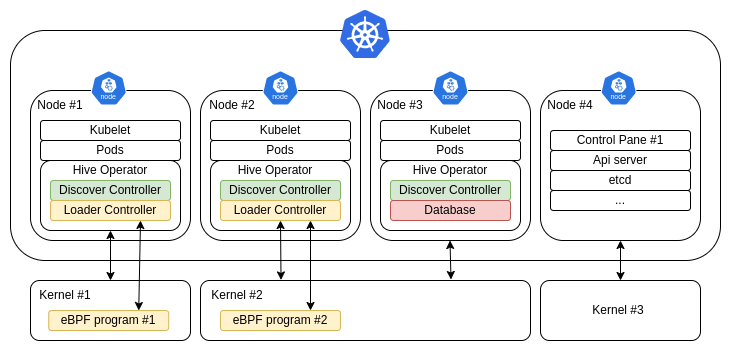
The draw.io diagram docs/images/overall-design.png in San7o/hive-operator, before a commit. Source tidied: cells renumbered, new cells last; positions are measured from the earlier drawing's top-left corner, leaving out a move shared by most shapes.
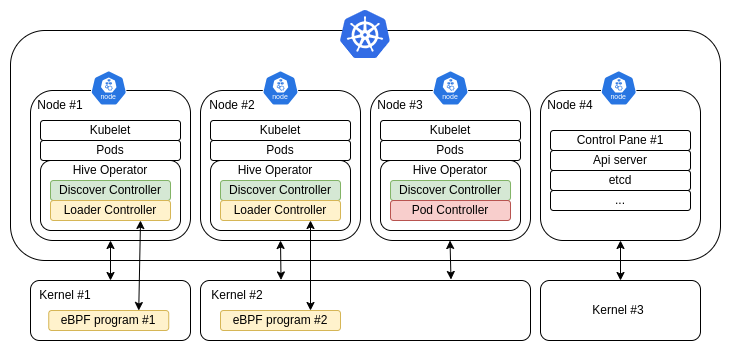
Later version of the same file.

The edit, as a diff of the source:
```diff
@@ -65,8 +65,10 @@
     <mxCell id="22" value="Discover Controller" style="rounded=1;whiteSpace=wrap;html=1;fillColor=#d5e8d4;strokeColor=#82b366;" parent="1" vertex="1">
       <mxGeometry x="380" y="170" width="120" height="20" as="geometry" />
     </mxCell>
-    <mxCell id="23" style="endArrow=classic;startArrow=classic;html=1;rounded=0;exitX=0.5;exitY=0;exitDx=0;exitDy=0;entryX=0.5;entryY=1;entryDx=0;entryDy=0;" parent="1" edge="1" source="3" target="6">
-      <mxGeometry relative="1" as="geometry" />
+    <mxCell id="23" style="endArrow=classic;startArrow=classic;html=1;rounded=0;exitX=0.5;exitY=0;exitDx=0;exitDy=0;" parent="1" edge="1" source="3">
+      <mxGeometry relative="1" as="geometry">
+        <mxPoint x="100" y="230" as="targetPoint" />
+      </mxGeometry>
     </mxCell>
     <mxCell id="24" style="sketch=0;html=1;dashed=0;whitespace=wrap;verticalLabelPosition=bottom;verticalAlign=top;fillColor=#2875E2;strokeColor=#ffffff;shape=mxgraph.kubernetes.icon2;kubernetesLabel=1;prIcon=node;" parent="1" vertex="1">
       <mxGeometry x="80" y="60" width="36.5" height="35" as="geometry" />
@@ -95,8 +97,10 @@
     <mxCell id="32" style="endArrow=classic;startArrow=classic;html=1;rounded=0;exitX=0.75;exitY=0;exitDx=0;exitDy=0;entryX=0.75;entryY=1;entryDx=0;entryDy=0;" parent="1" edge="1" source="28" target="17">
       <mxGeometry relative="1" as="geometry" />
     </mxCell>
-    <mxCell id="33" style="endArrow=classic;startArrow=classic;html=1;rounded=0;exitX=0.244;exitY=-0.009;exitDx=0;exitDy=0;entryX=0.5;entryY=1;entryDx=0;entryDy=0;exitPerimeter=0;" parent="1" edge="1" source="4" target="20">
-      <mxGeometry relative="1" as="geometry" />
+    <mxCell id="33" style="endArrow=classic;startArrow=classic;html=1;rounded=0;exitX=0.244;exitY=-0.009;exitDx=0;exitDy=0;exitPerimeter=0;" parent="1" edge="1" source="4">
+      <mxGeometry relative="1" as="geometry">
+        <mxPoint x="270" y="230" as="targetPoint" />
+      </mxGeometry>
     </mxCell>
     <mxCell id="34" style="endArrow=classic;startArrow=classic;html=1;rounded=0;exitX=0.244;exitY=-0.009;exitDx=0;exitDy=0;entryX=0.5;entryY=1;entryDx=0;entryDy=0;exitPerimeter=0;" parent="1" edge="1">
       <mxGeometry relative="1" as="geometry">
@@ -141,9 +145,6 @@
     <mxCell id="45" value="..." style="rounded=1;whiteSpace=wrap;html=1;" parent="1" vertex="1">
       <mxGeometry x="540" y="180" width="140" height="20" as="geometry" />
     </mxCell>
-    <mxCell id="46" value="Database" style="rounded=1;whiteSpace=wrap;html=1;fillColor=#f8cecc;strokeColor=#b85450;glass=0;" parent="1" vertex="1">
-      <mxGeometry x="380" y="190" width="120" height="20" as="geometry" />
-    </mxCell>
     <mxCell id="47" value="Kubelet" style="rounded=1;whiteSpace=wrap;html=1;" parent="1" vertex="1">
       <mxGeometry x="370" y="110" width="140" height="20" as="geometry" />
     </mxCell>
@@ -159,5 +160,8 @@
     <mxCell id="51" value="Hive Operator" style="text;html=1;align=center;verticalAlign=middle;whiteSpace=wrap;rounded=0;" parent="1" vertex="1">
       <mxGeometry x="400" y="150" width="80" height="20" as="geometry" />
     </mxCell>
+    <mxCell id="52" value="Pod Controller" style="rounded=1;whiteSpace=wrap;html=1;fillColor=#f8cecc;strokeColor=#b85450;" parent="1" vertex="1">
+      <mxGeometry x="380" y="190" width="120" height="20" as="geometry" />
+    </mxCell>
   </root>
 </mxGraphModel>
```
